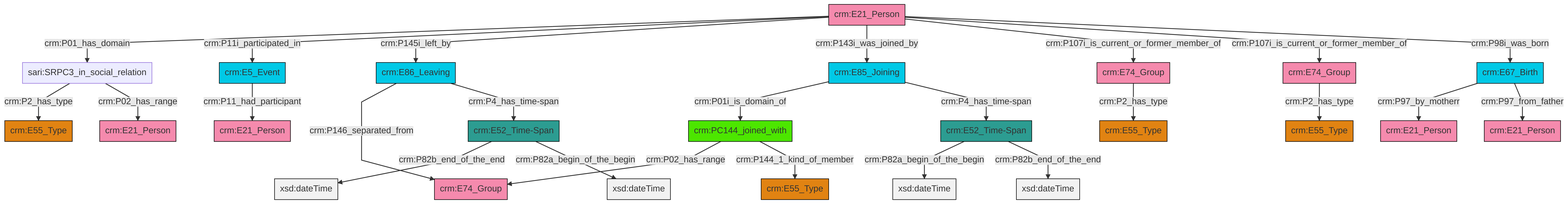
Earlier version of the Mermaid export et/personCSV/ttl/mmd/png/Person_Actor_Relations.png (swiss-art-research-net/reference-data-models). Its source is kept beside it as et/personCSV/ttl/mmd/Person_Actor_Relations.ttl.mmd.
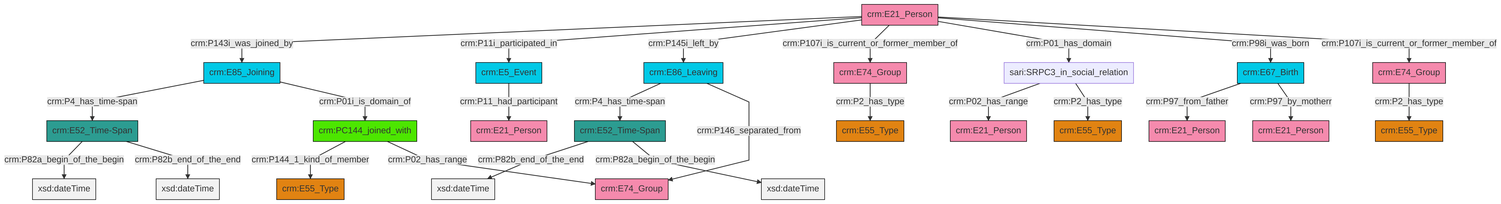
After the change.

Diff of the diagram source:
```diff
@@ -13,27 +13,27 @@
 classDef PC_Classes fill:#4ce600, stroke:#000000;
 classDef Multi fill:#cccccc,stroke:#000000;
 
-2["crm:E67_Birth"]:::Temporal_Entity -->|crm:P97_by_motherr| 3["crm:E21_Person"]:::Actor
-13["sari:SRPC3_in_social_relation"]:::Default -->|crm:P2_has_type| 14["crm:E55_Type"]:::Type
-17["crm:E85_Joining"]:::Temporal_Entity -->|crm:P01i_is_domain_of| 18["crm:PC144_joined_with"]:::PC_Classes
-13["sari:SRPC3_in_social_relation"]:::Default -->|crm:P02_has_range| 19["crm:E21_Person"]:::Actor
-21["crm:E86_Leaving"]:::Temporal_Entity -->|crm:P146_separated_from| 22["crm:E74_Group"]:::Actor
-5["crm:E74_Group"]:::Actor -->|crm:P2_has_type| 23["crm:E55_Type"]:::Type
-24["crm:E21_Person"]:::Actor -->|crm:P01_has_domain| 13["sari:SRPC3_in_social_relation"]:::Default
-18["crm:PC144_joined_with"]:::PC_Classes -->|crm:P02_has_range| 22["crm:E74_Group"]:::Actor
-2["crm:E67_Birth"]:::Temporal_Entity -->|crm:P97_from_father| 25["crm:E21_Person"]:::Actor
-11["crm:E5_Event"]:::Temporal_Entity -->|crm:P11_had_participant| 15["crm:E21_Person"]:::Actor
-24["crm:E21_Person"]:::Actor -->|crm:P11i_participated_in| 11["crm:E5_Event"]:::Temporal_Entity
-24["crm:E21_Person"]:::Actor -->|crm:P145i_left_by| 21["crm:E86_Leaving"]:::Temporal_Entity
-24["crm:E21_Person"]:::Actor -->|crm:P143i_was_joined_by| 17["crm:E85_Joining"]:::Temporal_Entity
-24["crm:E21_Person"]:::Actor -->|crm:P107i_is_current_or_former_member_of| 9["crm:E74_Group"]:::Actor
-21["crm:E86_Leaving"]:::Temporal_Entity -->|crm:P4_has_time-span| 30["crm:E52_Time-Span"]:::Time-Span
-7["crm:E52_Time-Span"]:::Time-Span -->|crm:P82a_begin_of_the_begin| 31[xsd:dateTime]:::Literal
-17["crm:E85_Joining"]:::Temporal_Entity -->|crm:P4_has_time-span| 7["crm:E52_Time-Span"]:::Time-Span
-24["crm:E21_Person"]:::Actor -->|crm:P107i_is_current_or_former_member_of| 5["crm:E74_Group"]:::Actor
-24["crm:E21_Person"]:::Actor -->|crm:P98i_was_born| 2["crm:E67_Birth"]:::Temporal_Entity
-9["crm:E74_Group"]:::Actor -->|crm:P2_has_type| 0["crm:E55_Type"]:::Type
-30["crm:E52_Time-Span"]:::Time-Span -->|crm:P82b_end_of_the_end| 42[xsd:dateTime]:::Literal
-30["crm:E52_Time-Span"]:::Time-Span -->|crm:P82a_begin_of_the_begin| 44[xsd:dateTime]:::Literal
-18["crm:PC144_joined_with"]:::PC_Classes -->|crm:P144_1_kind_of_member| 40["crm:E55_Type"]:::Type
-7["crm:E52_Time-Span"]:::Time-Span -->|crm:P82b_end_of_the_end| 46[xsd:dateTime]:::Literal
+0["crm:E21_Person"]:::Actor -->|crm:P143i_was_joined_by| 1["crm:E85_Joining"]:::Temporal_Entity
+2["crm:E74_Group"]:::Actor -->|crm:P2_has_type| 3["crm:E55_Type"]:::Type
+4["crm:E74_Group"]:::Actor -->|crm:P2_has_type| 5["crm:E55_Type"]:::Type
+8["crm:E52_Time-Span"]:::Time-Span -->|crm:P82a_begin_of_the_begin| 9[xsd:dateTime]:::Literal
+14["crm:PC144_joined_with"]:::PC_Classes -->|crm:P144_1_kind_of_member| 15["crm:E55_Type"]:::Type
+0["crm:E21_Person"]:::Actor -->|crm:P11i_participated_in| 16["crm:E5_Event"]:::Temporal_Entity
+16["crm:E5_Event"]:::Temporal_Entity -->|crm:P11_had_participant| 6["crm:E21_Person"]:::Actor
+19["crm:E67_Birth"]:::Temporal_Entity -->|crm:P97_from_father| 11["crm:E21_Person"]:::Actor
+25["crm:E52_Time-Span"]:::Time-Span -->|crm:P82b_end_of_the_end| 26[xsd:dateTime]:::Literal
+0["crm:E21_Person"]:::Actor -->|crm:P145i_left_by| 27["crm:E86_Leaving"]:::Temporal_Entity
+0["crm:E21_Person"]:::Actor -->|crm:P107i_is_current_or_former_member_of| 2["crm:E74_Group"]:::Actor
+1["crm:E85_Joining"]:::Temporal_Entity -->|crm:P4_has_time-span| 8["crm:E52_Time-Span"]:::Time-Span
+28["sari:SRPC3_in_social_relation"]:::Default -->|crm:P02_has_range| 20["crm:E21_Person"]:::Actor
+25["crm:E52_Time-Span"]:::Time-Span -->|crm:P82a_begin_of_the_begin| 29[xsd:dateTime]:::Literal
+27["crm:E86_Leaving"]:::Temporal_Entity -->|crm:P4_has_time-span| 25["crm:E52_Time-Span"]:::Time-Span
+27["crm:E86_Leaving"]:::Temporal_Entity -->|crm:P146_separated_from| 30["crm:E74_Group"]:::Actor
+19["crm:E67_Birth"]:::Temporal_Entity -->|crm:P97_by_motherr| 31["crm:E21_Person"]:::Actor
+0["crm:E21_Person"]:::Actor -->|crm:P01_has_domain| 28["sari:SRPC3_in_social_relation"]:::Default
+1["crm:E85_Joining"]:::Temporal_Entity -->|crm:P01i_is_domain_of| 14["crm:PC144_joined_with"]:::PC_Classes
+0["crm:E21_Person"]:::Actor -->|crm:P98i_was_born| 19["crm:E67_Birth"]:::Temporal_Entity
+28["sari:SRPC3_in_social_relation"]:::Default -->|crm:P2_has_type| 37["crm:E55_Type"]:::Type
+8["crm:E52_Time-Span"]:::Time-Span -->|crm:P82b_end_of_the_end| 42[xsd:dateTime]:::Literal
+0["crm:E21_Person"]:::Actor -->|crm:P107i_is_current_or_former_member_of| 4["crm:E74_Group"]:::Actor
+14["crm:PC144_joined_with"]:::PC_Classes -->|crm:P02_has_range| 30["crm:E74_Group"]:::Actor
```
